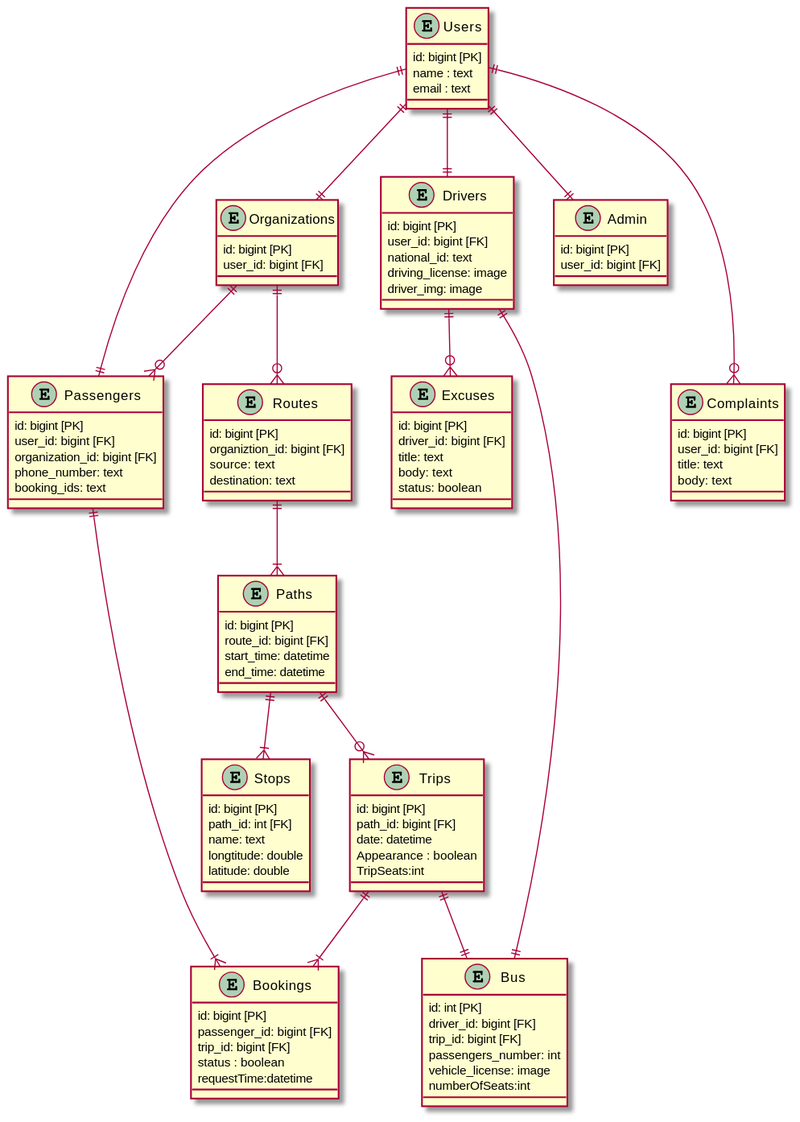
This is erd.svg from moazbasheer/BaaS_GP, a PlantUML export, as it was before one commit.
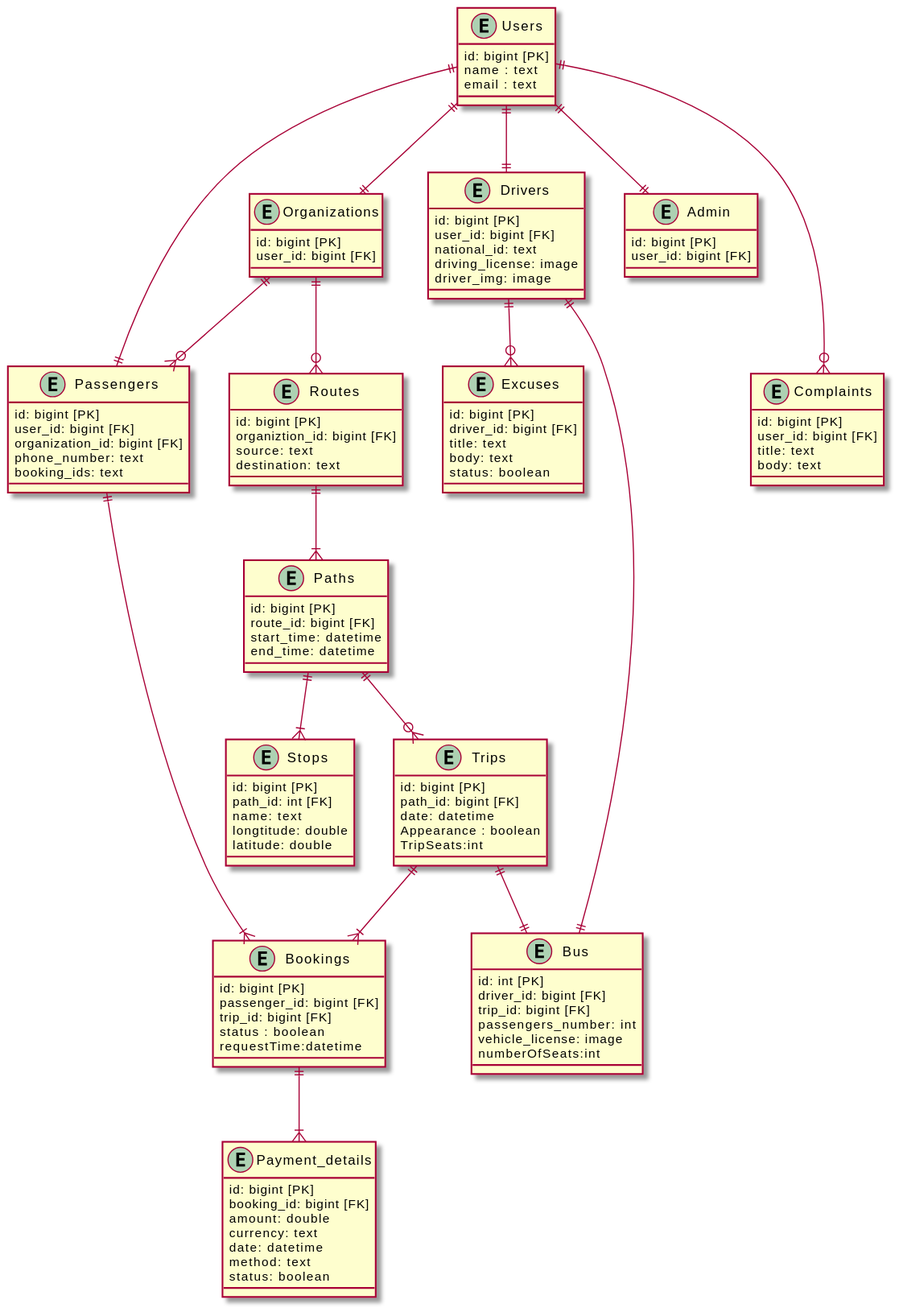
Above is the later version.

What changed in the source:
```diff
@@ -83,7 +83,15 @@
   user_id: bigint [FK]
   title: text
   body: text
-
+}
+entity Payment_details {
+  id: bigint [PK]
+  booking_id: bigint [FK]
+  amount: double
+  currency: text
+  date: datetime
+  method: text
+  status: boolean
 }
 Users ||--|| Passengers
 Users ||--|| Drivers
@@ -94,6 +102,7 @@
 Organizations ||--o{ Passengers
 Organizations ||--o{ Routes
 Drivers ||--o{ Excuses
+Bookings ||--|{ Payment_details
 
 Routes ||--|{ Paths
 Paths ||--|{ Stops
```
